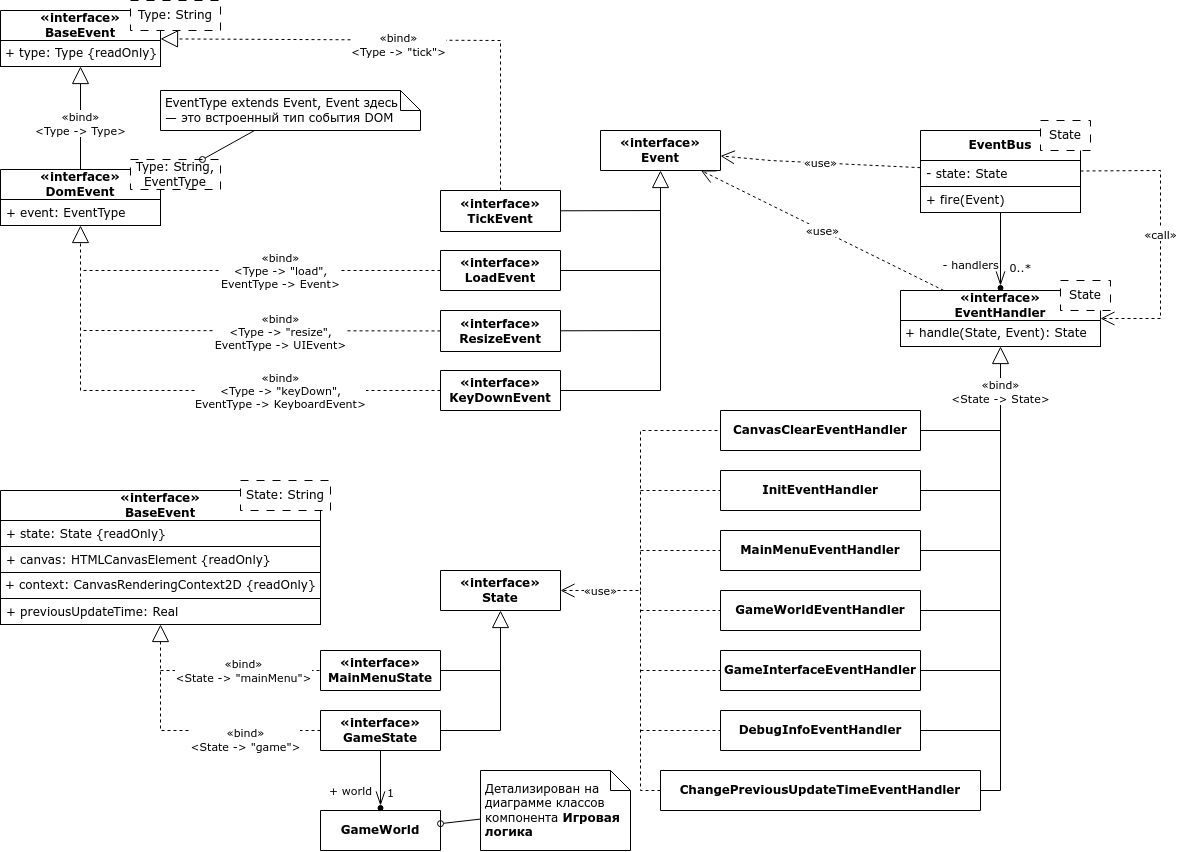
Before: uml/event_bus_classes.drawio.png, a diagram exported from draw.io (ProgMiner/Lab_SoftwareDevelopment). Source tidied: cells renumbered, new cells last; positions are measured from the earlier drawing's top-left corner, leaving out a move shared by most shapes.
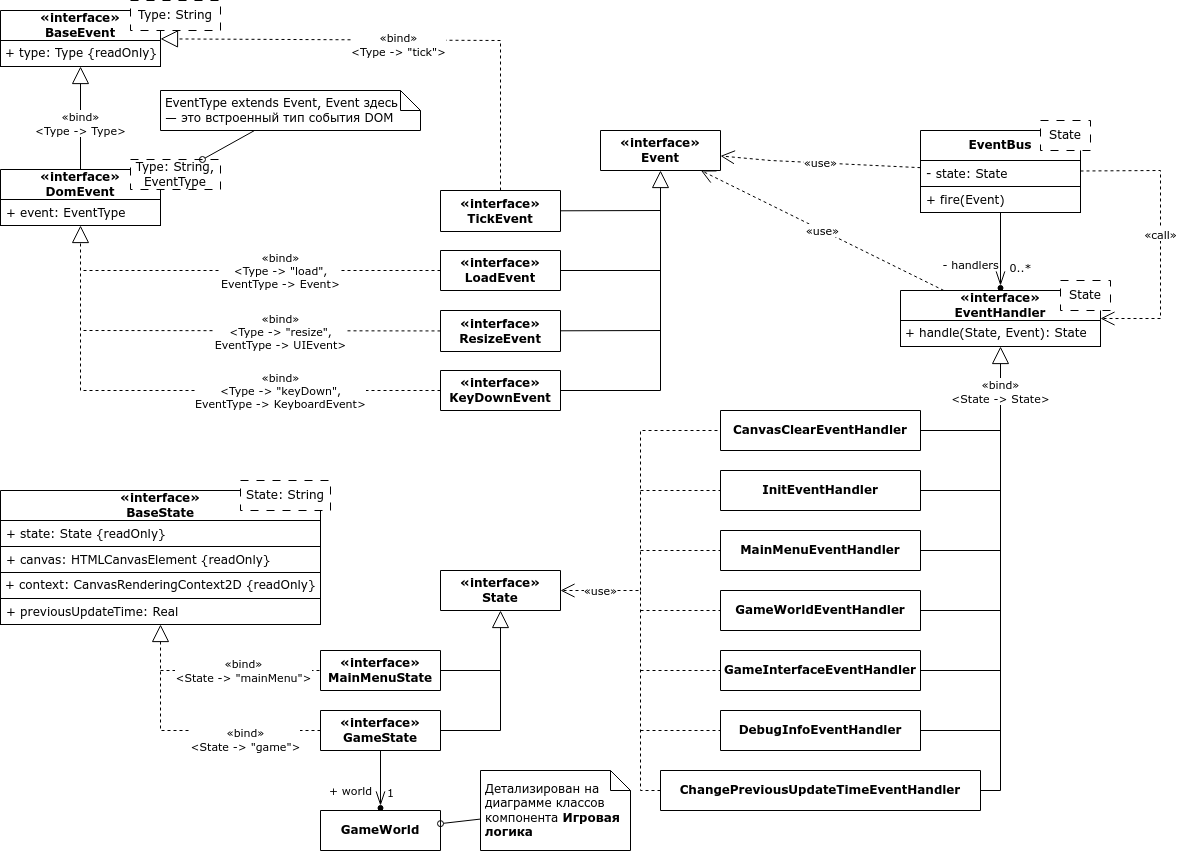
After the commit.

What changed in the source:
```diff
@@ -133,7 +133,7 @@
         <mxPoint x="660" y="210" as="targetPoint" />
       </mxGeometry>
     </mxCell>
-    <mxCell id="33" value="«interface»&lt;br&gt;BaseEvent" style="swimlane;fontStyle=1;align=center;verticalAlign=middle;horizontal=1;startSize=30;whiteSpace=wrap;html=1;fillColor=default;" parent="1" vertex="1">
+    <mxCell id="33" value="«interface»&lt;br&gt;BaseState" style="swimlane;fontStyle=1;align=center;verticalAlign=middle;horizontal=1;startSize=30;whiteSpace=wrap;html=1;fillColor=default;" parent="1" vertex="1">
       <mxGeometry y="490" width="320" height="134" as="geometry" />
     </mxCell>
     <mxCell id="34" value="+ state: State {readOnly}" style="text;strokeColor=default;fillColor=default;align=left;verticalAlign=top;spacingLeft=4;spacingRight=4;overflow=hidden;whiteSpace=wrap;html=1;" parent="33" vertex="1">
```
